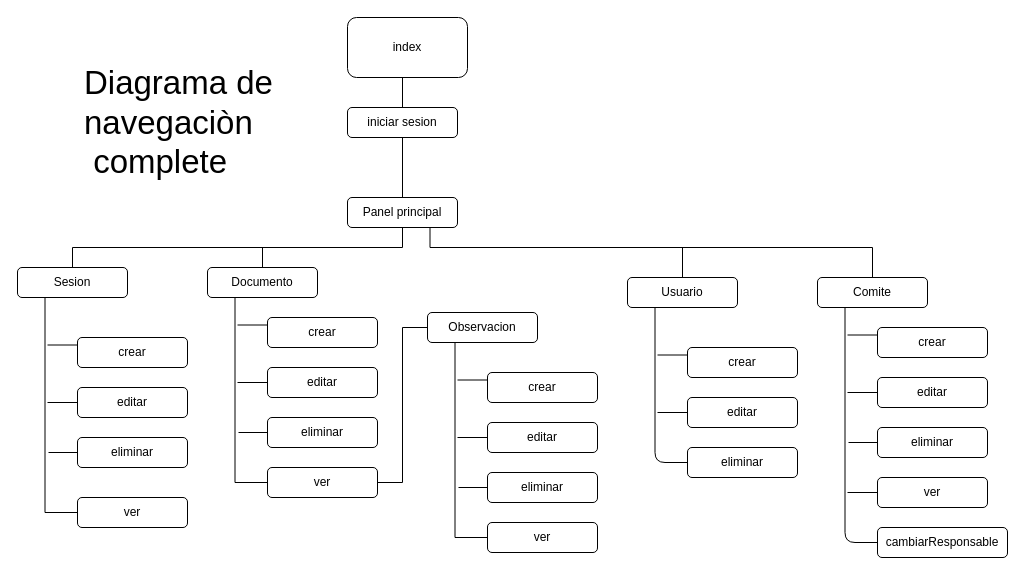
Above: page "completo" (1 of 4) of doc/Nav.drawio in gabo2600/sesion (draw.io), before the change. Source tidied: cells renumbered, new cells numbered last; positions are measured from the earlier drawing's top-left corner, leaving out a move shared by most shapes. Both pictures are drawn from the tidied source at 100%, with x=0, y=0 at pixel (17, 17).
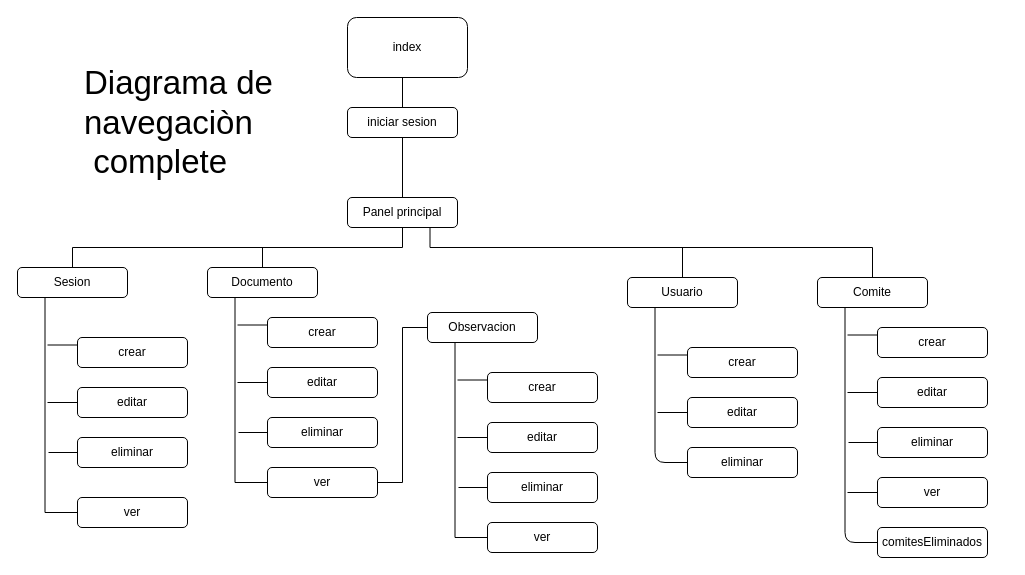
Above is the later version.

The edit, as a diff of the source:
```diff
@@
-    <mxCell id="41" value="cambiarResponsable" style="rounded=1;whiteSpace=wrap;html=1;" parent="1" vertex="1">
-      <mxGeometry x="860" y="510" width="130" height="30" as="geometry" />
+    <mxCell id="41" value="comitesEliminados" style="rounded=1;whiteSpace=wrap;html=1;" parent="1" vertex="1">
+      <mxGeometry x="860" y="510" width="110" height="30" as="geometry" />
     </mxCell>
```
